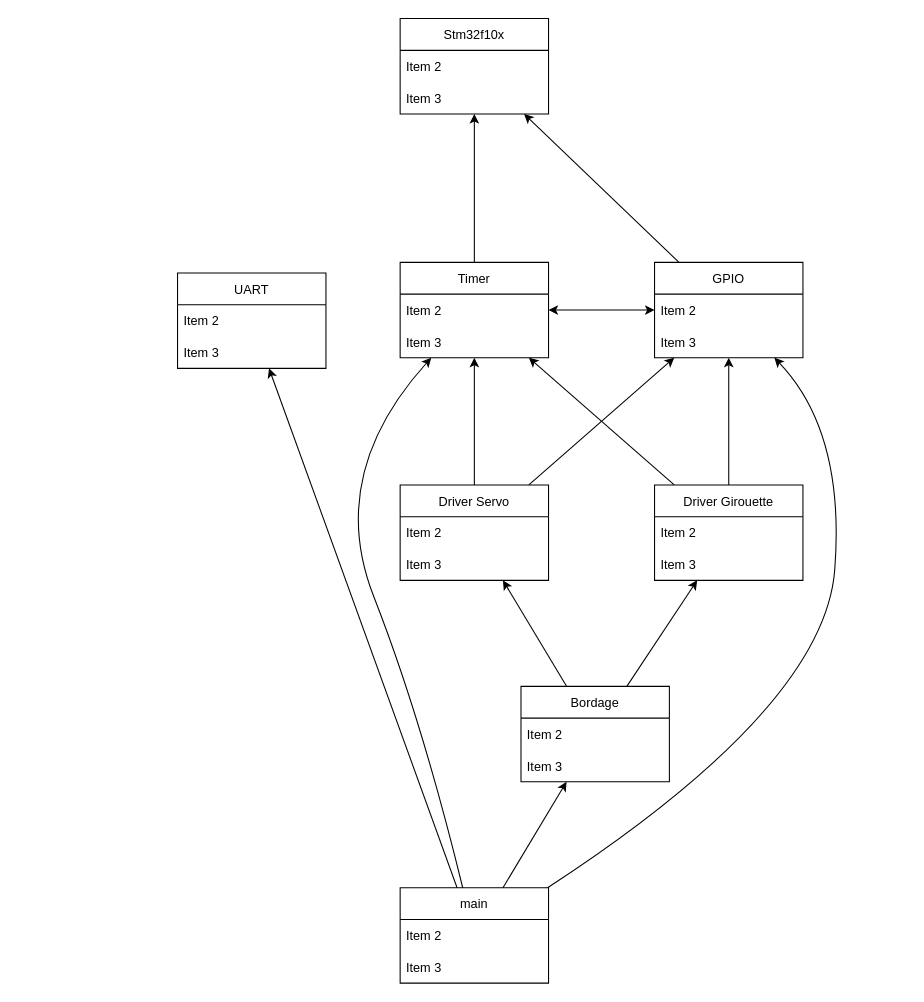
The draw.io diagram structure logicielle.drawio in scanim/projet-info-periph, before the edit. Source tidied: cells renumbered, new cells numbered last; positions are measured from the earlier drawing's top-left corner, leaving out a move shared by most shapes. Both pictures are drawn from the tidied source at 106%, with x=0, y=0 at pixel (177, 18).
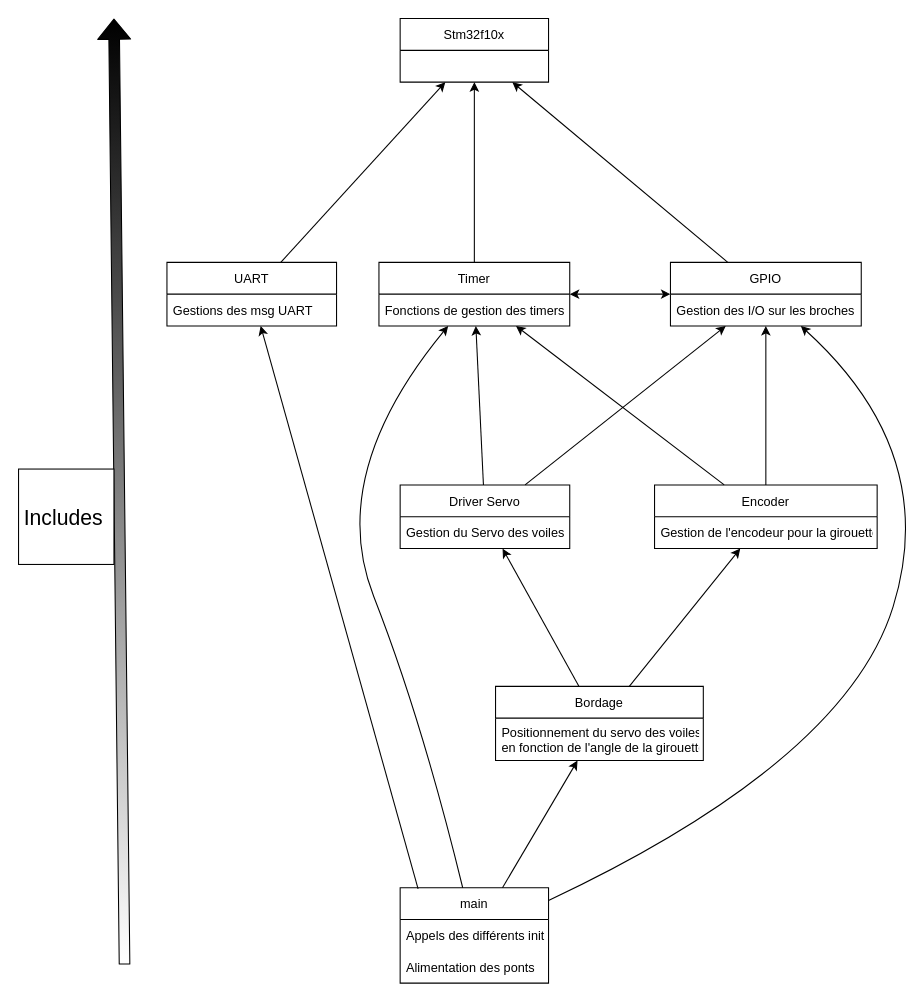
After the change.

The change refers to these unchanged cells:
```xml
<mxCell id="29" value="main" style="swimlane;fontStyle=0;horizontal=1;startSize=30;" parent="1" vertex="1">
  <mxGeometry x="210" y="820" width="140" height="90" as="geometry" />
</mxCell>
```

The edit, as a diff of the source:
```diff
@@
     <mxCell id="2" value="Timer" style="swimlane;fontStyle=0;horizontal=1;startSize=30;" parent="1" vertex="1">
-      <mxGeometry x="210" y="230" width="140" height="90" as="geometry" />
+      <mxGeometry x="190" y="230" width="180" height="60" as="geometry" />
     </mxCell>
-    <mxCell id="3" value="Item 2" style="text;strokeColor=none;fillColor=none;align=left;verticalAlign=middle;spacingLeft=4;spacingRight=4;overflow=hidden;" parent="2" vertex="1">
-      <mxGeometry y="30" width="140" height="30" as="geometry" />
+    <mxCell id="3" value="Fonctions de gestion des timers" style="text;strokeColor=none;fillColor=none;align=left;verticalAlign=middle;spacingLeft=4;spacingRight=4;overflow=hidden;" parent="2" vertex="1">
+      <mxGeometry y="30" width="180" height="30" as="geometry" />
     </mxCell>
-    <mxCell id="4" value="Item 3" style="text;strokeColor=none;fillColor=none;align=left;verticalAlign=middle;spacingLeft=4;spacingRight=4;overflow=hidden;" parent="2" vertex="1">
-      <mxGeometry y="60" width="140" height="30" as="geometry" />
-    </mxCell>
     <mxCell id="5" value="GPIO" style="swimlane;fontStyle=0;horizontal=1;startSize=30;" parent="1" vertex="1">
-      <mxGeometry x="450" y="230" width="140" height="90" as="geometry" />
+      <mxGeometry x="465" y="230" width="180" height="60" as="geometry" />
     </mxCell>
-    <mxCell id="6" value="Item 2" style="text;strokeColor=none;fillColor=none;align=left;verticalAlign=middle;spacingLeft=4;spacingRight=4;overflow=hidden;" parent="5" vertex="1">
-      <mxGeometry y="30" width="140" height="30" as="geometry" />
-    </mxCell>
-    <mxCell id="7" value="Item 3" style="text;strokeColor=none;fillColor=none;align=left;verticalAlign=middle;spacingLeft=4;spacingRight=4;overflow=hidden;" parent="5" vertex="1">
-      <mxGeometry y="60" width="140" height="30" as="geometry" />
+    <mxCell id="7" value="Gestion des I/O sur les broches" style="text;strokeColor=none;fillColor=none;align=left;verticalAlign=middle;spacingLeft=4;spacingRight=4;overflow=hidden;horizontal=1;" parent="5" vertex="1">
+      <mxGeometry y="30" width="180" height="30" as="geometry" />
     </mxCell>
     <mxCell id="8" value="Driver Servo" style="swimlane;fontStyle=0;horizontal=1;startSize=30;" parent="1" vertex="1">
-      <mxGeometry x="210" y="440" width="140" height="90" as="geometry" />
+      <mxGeometry x="210" y="440" width="160" height="60" as="geometry" />
     </mxCell>
-    <mxCell id="9" value="Item 2" style="text;strokeColor=none;fillColor=none;align=left;verticalAlign=middle;spacingLeft=4;spacingRight=4;overflow=hidden;" parent="8" vertex="1">
-      <mxGeometry y="30" width="140" height="30" as="geometry" />
-    </mxCell>
-    <mxCell id="10" value="Item 3" style="text;strokeColor=none;fillColor=none;align=left;verticalAlign=middle;spacingLeft=4;spacingRight=4;overflow=hidden;" parent="8" vertex="1">
-      <mxGeometry y="60" width="140" height="30" as="geometry" />
+    <mxCell id="10" value="Gestion du Servo des voiles" style="text;strokeColor=none;fillColor=none;align=left;verticalAlign=middle;spacingLeft=4;spacingRight=4;overflow=hidden;" parent="8" vertex="1">
+      <mxGeometry y="30" width="160" height="30" as="geometry" />
     </mxCell>
-    <mxCell id="11" value="Driver Girouette" style="swimlane;fontStyle=0;horizontal=1;startSize=30;" parent="1" vertex="1">
-      <mxGeometry x="450" y="440" width="140" height="90" as="geometry" />
+    <mxCell id="11" value="Encoder" style="swimlane;fontStyle=0;horizontal=1;startSize=30;" parent="1" vertex="1">
+      <mxGeometry x="450" y="440" width="210" height="60" as="geometry" />
     </mxCell>
-    <mxCell id="12" value="Item 2" style="text;strokeColor=none;fillColor=none;align=left;verticalAlign=middle;spacingLeft=4;spacingRight=4;overflow=hidden;" parent="11" vertex="1">
-      <mxGeometry y="30" width="140" height="30" as="geometry" />
-    </mxCell>
-    <mxCell id="13" value="Item 3" style="text;strokeColor=none;fillColor=none;align=left;verticalAlign=middle;spacingLeft=4;spacingRight=4;overflow=hidden;" parent="11" vertex="1">
-      <mxGeometry y="60" width="140" height="30" as="geometry" />
+    <mxCell id="13" value="Gestion de l'encodeur pour la girouette" style="text;strokeColor=none;fillColor=none;align=left;verticalAlign=middle;spacingLeft=4;spacingRight=4;overflow=hidden;" parent="11" vertex="1">
+      <mxGeometry y="30" width="210" height="30" as="geometry" />
     </mxCell>
@@
     <mxCell id="16" value="Bordage" style="swimlane;fontStyle=0;horizontal=1;startSize=30;" parent="1" vertex="1">
-      <mxGeometry x="324" y="630" width="140" height="90" as="geometry" />
+      <mxGeometry x="300" y="630" width="196" height="70" as="geometry" />
     </mxCell>
-    <mxCell id="17" value="Item 2" style="text;strokeColor=none;fillColor=none;align=left;verticalAlign=middle;spacingLeft=4;spacingRight=4;overflow=hidden;" parent="16" vertex="1">
-      <mxGeometry y="30" width="140" height="30" as="geometry" />
-    </mxCell>
-    <mxCell id="18" value="Item 3" style="text;strokeColor=none;fillColor=none;align=left;verticalAlign=middle;spacingLeft=4;spacingRight=4;overflow=hidden;" parent="16" vertex="1">
-      <mxGeometry y="60" width="140" height="30" as="geometry" />
+    <mxCell id="18" value="Positionnement du servo des voiles&#10;en fonction de l'angle de la girouette" style="text;strokeColor=none;fillColor=none;align=left;verticalAlign=middle;spacingLeft=4;spacingRight=4;overflow=hidden;" parent="16" vertex="1">
+      <mxGeometry y="30" width="196" height="40" as="geometry" />
     </mxCell>
@@
     <mxCell id="24" value="Stm32f10x" style="swimlane;fontStyle=0;horizontal=1;startSize=30;" parent="1" vertex="1">
-      <mxGeometry x="210" width="140" height="90" as="geometry" />
+      <mxGeometry x="210" width="140" height="60" as="geometry" />
     </mxCell>
-    <mxCell id="25" value="Item 2" style="text;strokeColor=none;fillColor=none;align=left;verticalAlign=middle;spacingLeft=4;spacingRight=4;overflow=hidden;" parent="24" vertex="1">
-      <mxGeometry y="30" width="140" height="30" as="geometry" />
-    </mxCell>
-    <mxCell id="26" value="Item 3" style="text;strokeColor=none;fillColor=none;align=left;verticalAlign=middle;spacingLeft=4;spacingRight=4;overflow=hidden;" parent="24" vertex="1">
-      <mxGeometry y="60" width="140" height="30" as="geometry" />
-    </mxCell>
@@
-    <mxCell id="30" value="Item 2" style="text;strokeColor=none;fillColor=none;align=left;verticalAlign=middle;spacingLeft=4;spacingRight=4;overflow=hidden;" parent="29" vertex="1">
+    <mxCell id="30" value="Appels des différents init" style="text;strokeColor=none;fillColor=none;align=left;verticalAlign=middle;spacingLeft=4;spacingRight=4;overflow=hidden;" parent="29" vertex="1">
       <mxGeometry y="30" width="140" height="30" as="geometry" />
     </mxCell>
-    <mxCell id="31" value="Item 3" style="text;strokeColor=none;fillColor=none;align=left;verticalAlign=middle;spacingLeft=4;spacingRight=4;overflow=hidden;" parent="29" vertex="1">
+    <mxCell id="31" value="Alimentation des ponts" style="text;strokeColor=none;fillColor=none;align=left;verticalAlign=middle;spacingLeft=4;spacingRight=4;overflow=hidden;" parent="29" vertex="1">
       <mxGeometry y="60" width="140" height="30" as="geometry" />
     </mxCell>
     <mxCell id="32" value="UART" style="swimlane;fontStyle=0;horizontal=1;startSize=30;" parent="1" vertex="1">
-      <mxGeometry y="240" width="140" height="90" as="geometry" />
+      <mxGeometry x="-10" y="230" width="160" height="60" as="geometry" />
     </mxCell>
-    <mxCell id="33" value="Item 2" style="text;strokeColor=none;fillColor=none;align=left;verticalAlign=middle;spacingLeft=4;spacingRight=4;overflow=hidden;" parent="32" vertex="1">
-      <mxGeometry y="30" width="140" height="30" as="geometry" />
+    <mxCell id="33" value="Gestions des msg UART" style="text;strokeColor=none;fillColor=none;align=left;verticalAlign=middle;spacingLeft=4;spacingRight=4;overflow=hidden;" parent="32" vertex="1">
+      <mxGeometry y="30" width="160" height="30" as="geometry" />
     </mxCell>
-    <mxCell id="34" value="Item 3" style="text;strokeColor=none;fillColor=none;align=left;verticalAlign=middle;spacingLeft=4;spacingRight=4;overflow=hidden;" parent="32" vertex="1">
-      <mxGeometry y="60" width="140" height="30" as="geometry" />
-    </mxCell>
@@
-    <mxCell id="36" style="endArrow=classic;html=1;rounded=0;" parent="1" edge="1" source="29" target="32">
+    <mxCell id="36" style="endArrow=classic;html=1;rounded=0;exitX=0.121;exitY=0.011;exitDx=0;exitDy=0;exitPerimeter=0;" parent="1" edge="1" source="29" target="32">
       <mxGeometry relative="1" as="geometry" />
     </mxCell>
@@
     <mxCell id="38" style="curved=1;endArrow=classic;html=1;rounded=0;" parent="1" edge="1" source="29" target="5">
       <mxGeometry relative="1" as="geometry">
         <Array as="points">
-          <mxPoint x="610" y="650" />
-          <mxPoint x="630" y="390" />
+          <mxPoint x="630" y="700" />
+          <mxPoint x="720" y="410" />
         </Array>
       </mxGeometry>
     </mxCell>
+    <mxCell id="39" style="endArrow=classic;html=1;" parent="1" edge="1" source="32" target="24">
+      <mxGeometry relative="1" as="geometry" />
+    </mxCell>
+    <mxCell id="40" style="group;" parent="1" vertex="1">
+      <mxGeometry x="-150" width="100" height="892.4" as="geometry" />
+    </mxCell>
+    <mxCell id="41" style="shape=flexArrow;endArrow=classic;html=1;fillColor=#ffffff;gradientDirection=north;gradientColor=#000000;" parent="40" edge="1">
+      <mxGeometry relative="1" as="geometry">
+        <mxPoint x="100" y="892.4" as="sourcePoint" />
+        <mxPoint x="90" as="targetPoint" />
+      </mxGeometry>
+    </mxCell>
+    <mxCell id="42" value="&amp;nbsp;&lt;font style=&quot;font-size: 20px&quot;&gt;Includes&lt;/font&gt;" style="whiteSpace=wrap;html=1;align=left;" parent="40" vertex="1">
+      <mxGeometry y="425" width="90" height="90" as="geometry" />
+    </mxCell>
```
